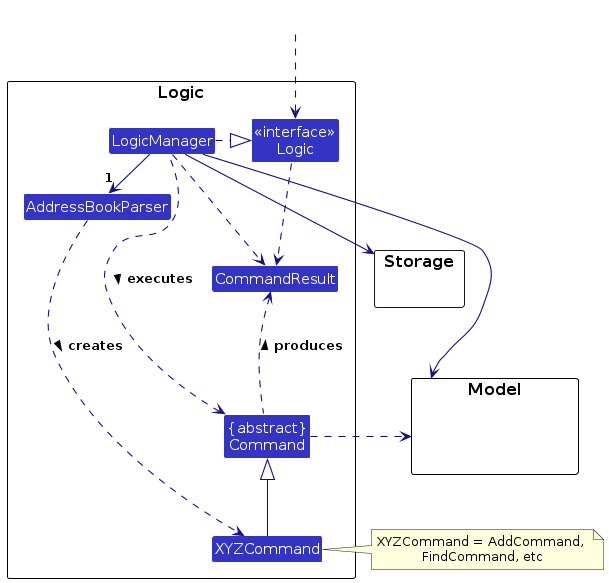
dloh2236/tp keeps this PlantUML diagram as diagrams/LogicClassDiagram.png. Above is the earlier version. Its source is kept beside it as diagrams/LogicClassDiagram.puml. Its diagram source:
```plantuml
@startuml
!include style.puml
skinparam arrowThickness 1.1
skinparam arrowColor LOGIC_COLOR_T4
skinparam classBackgroundColor LOGIC_COLOR

package Logic as LogicPackage {

Class AddressBookParser
Class XYZCommand
Class CommandResult
Class "{abstract}\nCommand" as Command


Class "<<interface>>\nLogic" as Logic
Class LogicManager
}

package Model {
Class HiddenModel #FFFFFF
}

package Storage {
}

Class HiddenOutside #FFFFFF
HiddenOutside ..> Logic

LogicManager .right.|> Logic
LogicManager -right->"1" AddressBookParser
AddressBookParser ..> XYZCommand : creates >

XYZCommand -up-|> Command
LogicManager .left.> Command : executes >

LogicManager --> Model
LogicManager --> Storage
Storage --[hidden] Model
Command .[hidden]up.> Storage
Command .right.> Model
note right of XYZCommand: XYZCommand = AddCommand, \nFindCommand, etc

Logic ..> CommandResult
LogicManager .down.> CommandResult
Command .up.> CommandResult : produces >
@enduml
```
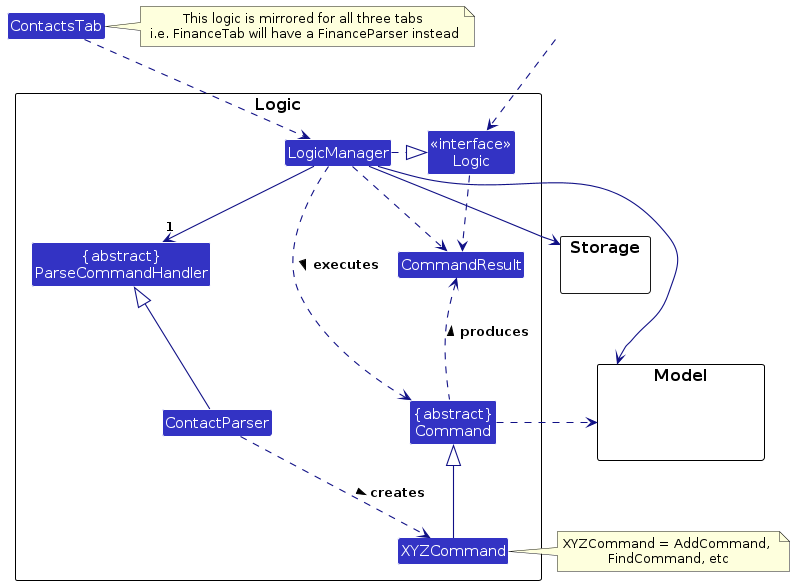
After the commit.

Change to the diagram source:
```diff
@@ -6,11 +6,11 @@
 
 package Logic as LogicPackage {
 
-Class AddressBookParser
+Class "{abstract}\nParseCommandHandler" as ParseCommandHandler
+Class ContactParser
 Class XYZCommand
 Class CommandResult
 Class "{abstract}\nCommand" as Command
-
 
 Class "<<interface>>\nLogic" as Logic
 Class LogicManager
@@ -26,9 +26,14 @@
 Class HiddenOutside #FFFFFF
 HiddenOutside ..> Logic
 
+ContactsTab .down.> LogicManager
+note right of ContactsTab: This logic is mirrored for all three tabs\n i.e. FinanceTab will have a FinanceParser instead
+
 LogicManager .right.|> Logic
-LogicManager -right->"1" AddressBookParser
-AddressBookParser ..> XYZCommand : creates >
+LogicManager -down->"1" ParseCommandHandler
+ContactParser -up-|> ParseCommandHandler
+
+ContactParser ..> XYZCommand : creates >
 
 XYZCommand -up-|> Command
 LogicManager .left.> Command : executes >
```
